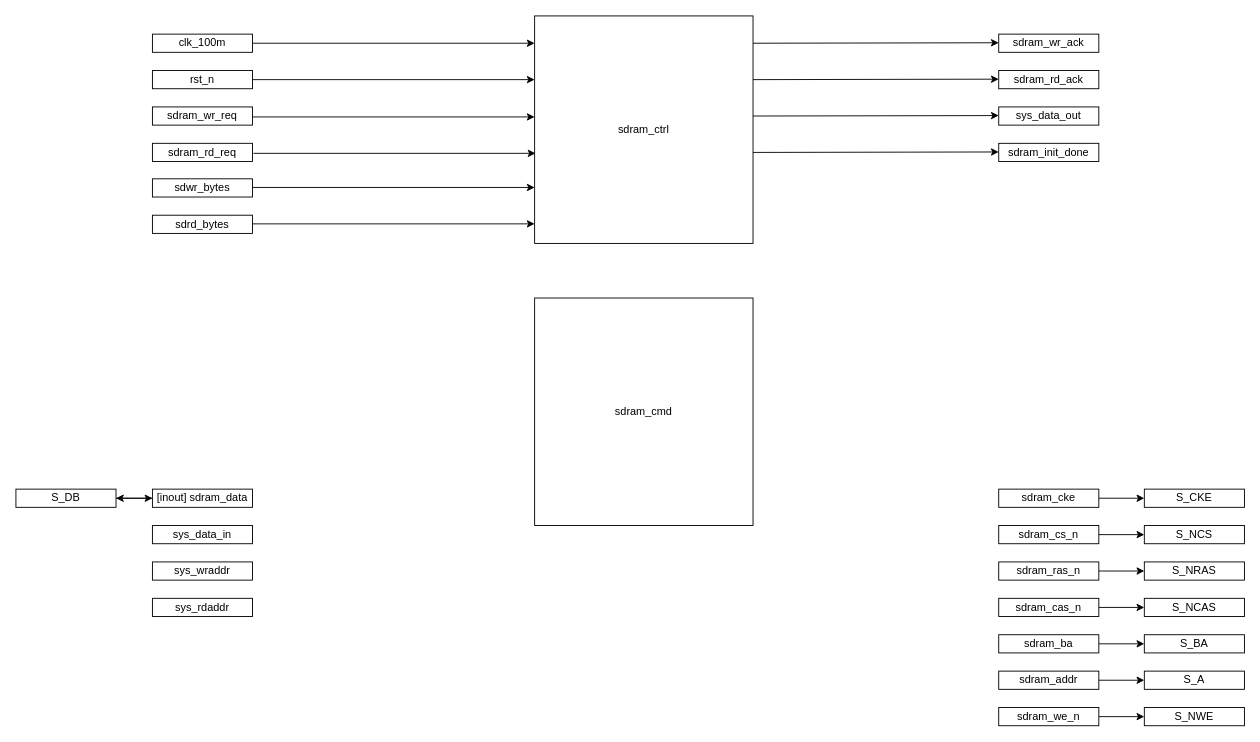
The draw.io diagram hardware/sdram_ctrl.drawio in Manistein/let-us-build-a-computer-system, before the edit. Source tidied: cells renumbered, new cells numbered last; positions are measured from the earlier drawing's top-left corner, leaving out a move shared by most shapes. Both pictures are drawn from the tidied source at 91%, with x=0, y=0 at pixel (15, 15).
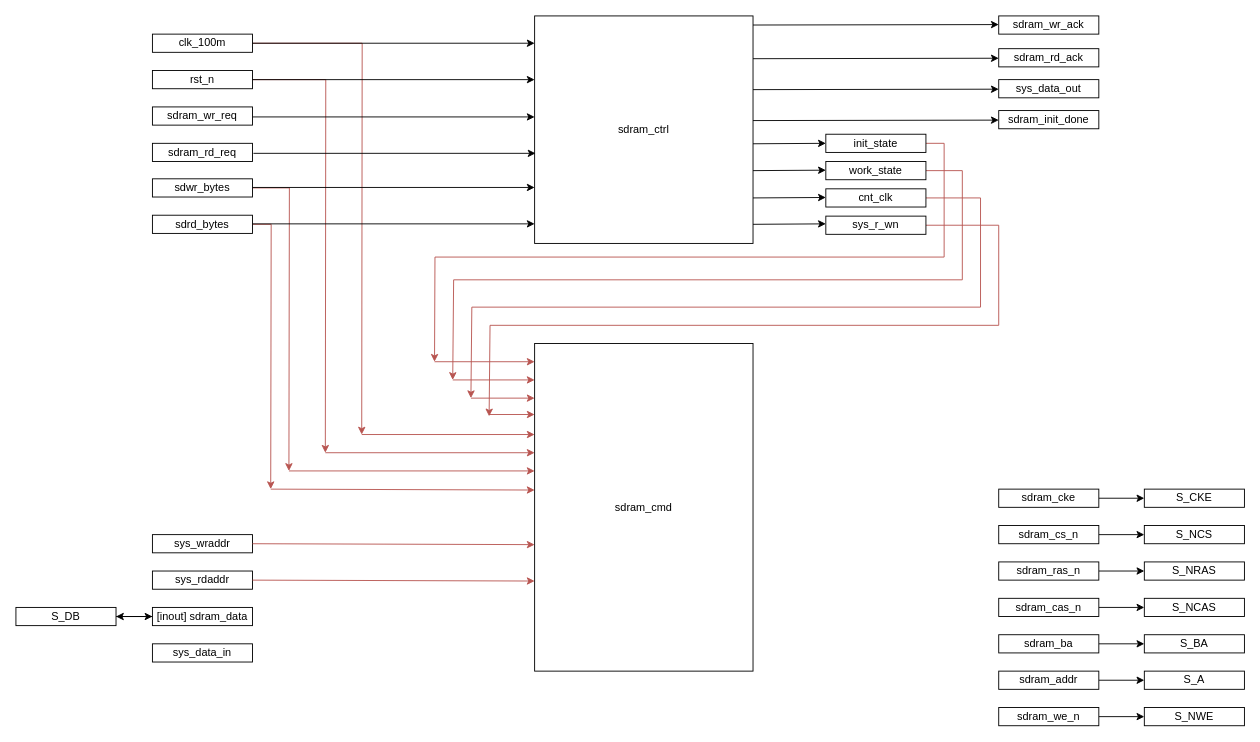
Above is the later version.

The change refers to these unchanged cells:
```xml
<mxCell id="3" value="clk_100m" style="rounded=0;whiteSpace=wrap;html=1;" parent="1" vertex="1">
  <mxGeometry x="150" y="20" width="110" height="20" as="geometry" />
</mxCell>
<mxCell id="4" value="rst_n" style="rounded=0;whiteSpace=wrap;html=1;" parent="1" vertex="1">
  <mxGeometry x="150" y="60" width="110" height="20" as="geometry" />
</mxCell>
<mxCell id="9" value="sdwr_bytes" style="rounded=0;whiteSpace=wrap;html=1;" parent="1" vertex="1">
  <mxGeometry x="150" y="179" width="110" height="20" as="geometry" />
</mxCell>
<mxCell id="10" value="sdrd_bytes" style="rounded=0;whiteSpace=wrap;html=1;" parent="1" vertex="1">
  <mxGeometry x="150" y="219" width="110" height="20" as="geometry" />
</mxCell>
```

What changed in the source:
```diff
@@
+    <mxCell id="52" style="edgeStyle=orthogonalEdgeStyle;rounded=0;jettySize=auto;html=1;exitX=1;exitY=0.5;exitDx=0;exitDy=0;fillColor=#f8cecc;strokeColor=#b85450;" parent="1" edge="1" source="3">
+      <mxGeometry relative="1" as="geometry">
+        <mxPoint x="380" y="460" as="targetPoint" />
+      </mxGeometry>
+    </mxCell>
@@
+    <mxCell id="53" style="edgeStyle=orthogonalEdgeStyle;rounded=0;jettySize=auto;html=1;exitX=1;exitY=0.5;exitDx=0;exitDy=0;fillColor=#f8cecc;strokeColor=#b85450;" parent="1" edge="1" source="4">
+      <mxGeometry relative="1" as="geometry">
+        <mxPoint x="340" y="480" as="targetPoint" />
+      </mxGeometry>
+    </mxCell>
@@
     <mxCell id="7" value="sys_wraddr" style="rounded=0;whiteSpace=wrap;html=1;" parent="1" vertex="1">
-      <mxGeometry x="150" y="600" width="110" height="20" as="geometry" />
+      <mxGeometry x="150" y="570" width="110" height="20" as="geometry" />
     </mxCell>
     <mxCell id="8" value="sys_rdaddr" style="rounded=0;whiteSpace=wrap;html=1;" parent="1" vertex="1">
-      <mxGeometry x="150" y="640" width="110" height="20" as="geometry" />
+      <mxGeometry x="150" y="610" width="110" height="20" as="geometry" />
     </mxCell>
+    <mxCell id="54" style="edgeStyle=orthogonalEdgeStyle;rounded=0;jettySize=auto;html=1;exitX=1;exitY=0.5;exitDx=0;exitDy=0;fillColor=#f8cecc;strokeColor=#b85450;" parent="1" edge="1" source="9">
+      <mxGeometry relative="1" as="geometry">
+        <mxPoint x="300" y="500" as="targetPoint" />
+      </mxGeometry>
+    </mxCell>
@@
+    <mxCell id="55" style="edgeStyle=orthogonalEdgeStyle;rounded=0;jettySize=auto;html=1;exitX=1;exitY=0.5;exitDx=0;exitDy=0;fillColor=#f8cecc;strokeColor=#b85450;" parent="1" edge="1" source="10">
+      <mxGeometry relative="1" as="geometry">
+        <mxPoint x="280" y="520" as="targetPoint" />
+      </mxGeometry>
+    </mxCell>
@@
     <mxCell id="12" value="[inout] sdram_data" style="rounded=0;whiteSpace=wrap;html=1;" parent="1" vertex="1">
-      <mxGeometry x="150" y="520" width="110" height="20" as="geometry" />
+      <mxGeometry x="150" y="650" width="110" height="20" as="geometry" />
     </mxCell>
     <mxCell id="13" value="sdram_wr_ack" style="rounded=0;whiteSpace=wrap;html=1;" parent="1" vertex="1">
-      <mxGeometry x="1080" y="20" width="110" height="20" as="geometry" />
+      <mxGeometry x="1080" width="110" height="20" as="geometry" />
     </mxCell>
     <mxCell id="14" value="sdram_rd_ack" style="rounded=0;whiteSpace=wrap;html=1;" parent="1" vertex="1">
-      <mxGeometry x="1080" y="60" width="110" height="20" as="geometry" />
+      <mxGeometry x="1080" y="36" width="110" height="20" as="geometry" />
     </mxCell>
     <mxCell id="15" value="sys_data_out" style="rounded=0;whiteSpace=wrap;html=1;" parent="1" vertex="1">
-      <mxGeometry x="1080" y="100" width="110" height="20" as="geometry" />
+      <mxGeometry x="1080" y="70" width="110" height="20" as="geometry" />
     </mxCell>
     <mxCell id="16" value="sdram_init_done" style="rounded=0;whiteSpace=wrap;html=1;" parent="1" vertex="1">
-      <mxGeometry x="1080" y="140" width="110" height="20" as="geometry" />
+      <mxGeometry x="1080" y="104" width="110" height="20" as="geometry" />
     </mxCell>
@@
     <mxCell id="29" value="sys_data_in" style="rounded=0;whiteSpace=wrap;html=1;" parent="1" vertex="1">
-      <mxGeometry x="150" y="560" width="110" height="20" as="geometry" />
+      <mxGeometry x="150" y="690" width="110" height="20" as="geometry" />
     </mxCell>
@@
     <mxCell id="34" style="endArrow=classic;html=1;rounded=0;" parent="1" edge="1">
       <mxGeometry relative="1" as="geometry">
-        <mxPoint x="810" y="30" as="sourcePoint" />
-        <mxPoint x="1080" y="29.5" as="targetPoint" />
+        <mxPoint x="810" y="10" as="sourcePoint" />
+        <mxPoint x="1080" y="9.5" as="targetPoint" />
       </mxGeometry>
     </mxCell>
     <mxCell id="35" style="endArrow=classic;html=1;rounded=0;" parent="1" edge="1">
       <mxGeometry relative="1" as="geometry">
-        <mxPoint x="810" y="70" as="sourcePoint" />
-        <mxPoint x="1080" y="69.5" as="targetPoint" />
+        <mxPoint x="810" y="47" as="sourcePoint" />
+        <mxPoint x="1080" y="46.5" as="targetPoint" />
       </mxGeometry>
     </mxCell>
@@
     <mxCell id="38" style="endArrow=classic;html=1;rounded=0;" parent="1" edge="1">
       <mxGeometry relative="1" as="geometry">
-        <mxPoint x="810" y="110" as="sourcePoint" />
-        <mxPoint x="1080" y="109.5" as="targetPoint" />
+        <mxPoint x="810" y="81" as="sourcePoint" />
+        <mxPoint x="1080" y="80.5" as="targetPoint" />
       </mxGeometry>
     </mxCell>
     <mxCell id="39" style="endArrow=classic;html=1;rounded=0;" parent="1" edge="1">
       <mxGeometry relative="1" as="geometry">
-        <mxPoint x="810" y="150" as="sourcePoint" />
-        <mxPoint x="1080" y="149.5" as="targetPoint" />
+        <mxPoint x="810" y="115" as="sourcePoint" />
+        <mxPoint x="1080" y="114.5" as="targetPoint" />
       </mxGeometry>
     </mxCell>
@@
     <mxCell id="45" value="S_DB" style="rounded=0;whiteSpace=wrap;html=1;" parent="1" vertex="1">
-      <mxGeometry y="520" width="110" height="20" as="geometry" />
+      <mxGeometry y="650" width="110" height="20" as="geometry" />
     </mxCell>
@@
     <mxCell id="51" value="sdram_cmd" style="rounded=0;whiteSpace=wrap;html=1;" parent="1" vertex="1">
-      <mxGeometry x="570" y="310" width="240" height="250" as="geometry" />
+      <mxGeometry x="570" y="360" width="240" height="360" as="geometry" />
     </mxCell>
+    <mxCell id="56" style="edgeStyle=orthogonalEdgeStyle;rounded=0;jettySize=auto;html=1;exitX=1;exitY=0.5;exitDx=0;exitDy=0;fillColor=#f8cecc;strokeColor=#b85450;" parent="1" edge="1" source="57">
+      <mxGeometry relative="1" as="geometry">
+        <mxPoint x="460" y="380" as="targetPoint" />
+      </mxGeometry>
+    </mxCell>
+    <mxCell id="57" value="init_state" style="rounded=0;whiteSpace=wrap;html=1;" parent="1" vertex="1">
+      <mxGeometry x="890" y="130" width="110" height="20" as="geometry" />
+    </mxCell>
+    <mxCell id="58" style="edgeStyle=orthogonalEdgeStyle;rounded=0;jettySize=auto;html=1;exitX=1;exitY=0.5;exitDx=0;exitDy=0;fillColor=#f8cecc;strokeColor=#b85450;" parent="1" edge="1" source="59">
+      <mxGeometry relative="1" as="geometry">
+        <mxPoint x="480" y="400" as="targetPoint" />
+        <Array as="points">
+          <mxPoint x="1040" y="170" />
+          <mxPoint x="1040" y="290" />
+          <mxPoint x="481" y="290" />
+        </Array>
+      </mxGeometry>
+    </mxCell>
+    <mxCell id="59" value="work_state" style="rounded=0;whiteSpace=wrap;html=1;" parent="1" vertex="1">
+      <mxGeometry x="890" y="160" width="110" height="20" as="geometry" />
+    </mxCell>
+    <mxCell id="60" style="edgeStyle=orthogonalEdgeStyle;rounded=0;jettySize=auto;html=1;exitX=1;exitY=0.5;exitDx=0;exitDy=0;fillColor=#f8cecc;strokeColor=#b85450;" parent="1" edge="1" source="61">
+      <mxGeometry relative="1" as="geometry">
+        <mxPoint x="500" y="420" as="targetPoint" />
+        <Array as="points">
+          <mxPoint x="1060" y="200" />
+          <mxPoint x="1060" y="320" />
+          <mxPoint x="501" y="320" />
+        </Array>
+      </mxGeometry>
+    </mxCell>
+    <mxCell id="61" value="cnt_clk" style="rounded=0;whiteSpace=wrap;html=1;" parent="1" vertex="1">
+      <mxGeometry x="890" y="190" width="110" height="20" as="geometry" />
+    </mxCell>
+    <mxCell id="62" style="edgeStyle=orthogonalEdgeStyle;rounded=0;jettySize=auto;html=1;exitX=1;exitY=0.5;exitDx=0;exitDy=0;fillColor=#f8cecc;strokeColor=#b85450;" parent="1" edge="1" source="63">
+      <mxGeometry relative="1" as="geometry">
+        <mxPoint x="520" y="440" as="targetPoint" />
+        <Array as="points">
+          <mxPoint x="1080" y="230" />
+          <mxPoint x="1080" y="340" />
+          <mxPoint x="521" y="340" />
+        </Array>
+      </mxGeometry>
+    </mxCell>
+    <mxCell id="63" value="sys_r_wn" style="rounded=0;whiteSpace=wrap;html=1;" parent="1" vertex="1">
+      <mxGeometry x="890" y="220" width="110" height="20" as="geometry" />
+    </mxCell>
+    <mxCell id="64" style="endArrow=classic;html=1;rounded=0;entryX=0;entryY=0.5;entryDx=0;entryDy=0;entryPerimeter=0;" parent="1" edge="1" target="57">
+      <mxGeometry relative="1" as="geometry">
+        <mxPoint x="810" y="140.5" as="sourcePoint" />
+      </mxGeometry>
+    </mxCell>
+    <mxCell id="65" style="endArrow=classic;html=1;rounded=0;entryX=0;entryY=0.5;entryDx=0;entryDy=0;entryPerimeter=0;" parent="1" edge="1">
+      <mxGeometry relative="1" as="geometry">
+        <mxPoint x="810" y="170" as="sourcePoint" />
+        <mxPoint x="890" y="169.5" as="targetPoint" />
+      </mxGeometry>
+    </mxCell>
+    <mxCell id="66" style="endArrow=classic;html=1;rounded=0;entryX=0;entryY=0.5;entryDx=0;entryDy=0;entryPerimeter=0;" parent="1" edge="1">
+      <mxGeometry relative="1" as="geometry">
+        <mxPoint x="810" y="200" as="sourcePoint" />
+        <mxPoint x="890" y="199.5" as="targetPoint" />
+      </mxGeometry>
+    </mxCell>
+    <mxCell id="67" style="endArrow=classic;html=1;rounded=0;entryX=0;entryY=0.5;entryDx=0;entryDy=0;entryPerimeter=0;" parent="1" edge="1">
+      <mxGeometry relative="1" as="geometry">
+        <mxPoint x="810" y="229" as="sourcePoint" />
+        <mxPoint x="890" y="228.5" as="targetPoint" />
+      </mxGeometry>
+    </mxCell>
+    <mxCell id="68" style="endArrow=classic;html=1;rounded=0;fillColor=#f8cecc;strokeColor=#b85450;" parent="1" edge="1">
+      <mxGeometry relative="1" as="geometry">
+        <mxPoint x="380" y="460" as="sourcePoint" />
+        <mxPoint x="570" y="460" as="targetPoint" />
+      </mxGeometry>
+    </mxCell>
+    <mxCell id="69" style="endArrow=classic;html=1;rounded=0;fillColor=#f8cecc;strokeColor=#b85450;" parent="1" edge="1">
+      <mxGeometry relative="1" as="geometry">
+        <mxPoint x="340" y="480" as="sourcePoint" />
+        <mxPoint x="570" y="480" as="targetPoint" />
+      </mxGeometry>
+    </mxCell>
+    <mxCell id="70" style="endArrow=classic;html=1;rounded=0;fillColor=#f8cecc;strokeColor=#b85450;" parent="1" edge="1">
+      <mxGeometry relative="1" as="geometry">
+        <mxPoint x="460" y="380" as="sourcePoint" />
+        <mxPoint x="570" y="380" as="targetPoint" />
+      </mxGeometry>
+    </mxCell>
+    <mxCell id="71" style="endArrow=classic;html=1;rounded=0;fillColor=#f8cecc;strokeColor=#b85450;" parent="1" edge="1">
+      <mxGeometry relative="1" as="geometry">
+        <mxPoint x="480" y="400" as="sourcePoint" />
+        <mxPoint x="570" y="400" as="targetPoint" />
+      </mxGeometry>
+    </mxCell>
+    <mxCell id="72" style="endArrow=classic;html=1;rounded=0;fillColor=#f8cecc;strokeColor=#b85450;" parent="1" edge="1">
+      <mxGeometry relative="1" as="geometry">
+        <mxPoint x="500" y="420" as="sourcePoint" />
+        <mxPoint x="570" y="420" as="targetPoint" />
+      </mxGeometry>
+    </mxCell>
+    <mxCell id="73" style="endArrow=classic;html=1;rounded=0;fillColor=#f8cecc;strokeColor=#b85450;" parent="1" edge="1">
+      <mxGeometry relative="1" as="geometry">
+        <mxPoint x="520" y="438" as="sourcePoint" />
+        <mxPoint x="570" y="438" as="targetPoint" />
+      </mxGeometry>
+    </mxCell>
+    <mxCell id="74" style="endArrow=classic;html=1;rounded=0;fillColor=#f8cecc;strokeColor=#b85450;" parent="1" edge="1">
+      <mxGeometry relative="1" as="geometry">
+        <mxPoint x="300" y="500" as="sourcePoint" />
+        <mxPoint x="570" y="500" as="targetPoint" />
+      </mxGeometry>
+    </mxCell>
+    <mxCell id="75" style="endArrow=classic;html=1;rounded=0;fillColor=#f8cecc;strokeColor=#b85450;" parent="1" edge="1">
+      <mxGeometry relative="1" as="geometry">
+        <mxPoint x="280" y="520" as="sourcePoint" />
+        <mxPoint x="570" y="521" as="targetPoint" />
+      </mxGeometry>
+    </mxCell>
+    <mxCell id="76" style="endArrow=classic;html=1;rounded=0;fillColor=#f8cecc;strokeColor=#b85450;exitX=1;exitY=0.5;exitDx=0;exitDy=0;" parent="1" edge="1" source="7">
+      <mxGeometry relative="1" as="geometry">
+        <mxPoint x="570" y="581" as="targetPoint" />
+      </mxGeometry>
+    </mxCell>
+    <mxCell id="77" style="endArrow=classic;html=1;rounded=0;fillColor=#f8cecc;strokeColor=#b85450;exitX=1;exitY=0.5;exitDx=0;exitDy=0;" parent="1" edge="1">
+      <mxGeometry relative="1" as="geometry">
+        <mxPoint x="260" y="620" as="sourcePoint" />
+        <mxPoint x="570" y="621" as="targetPoint" />
+      </mxGeometry>
+    </mxCell>
```
